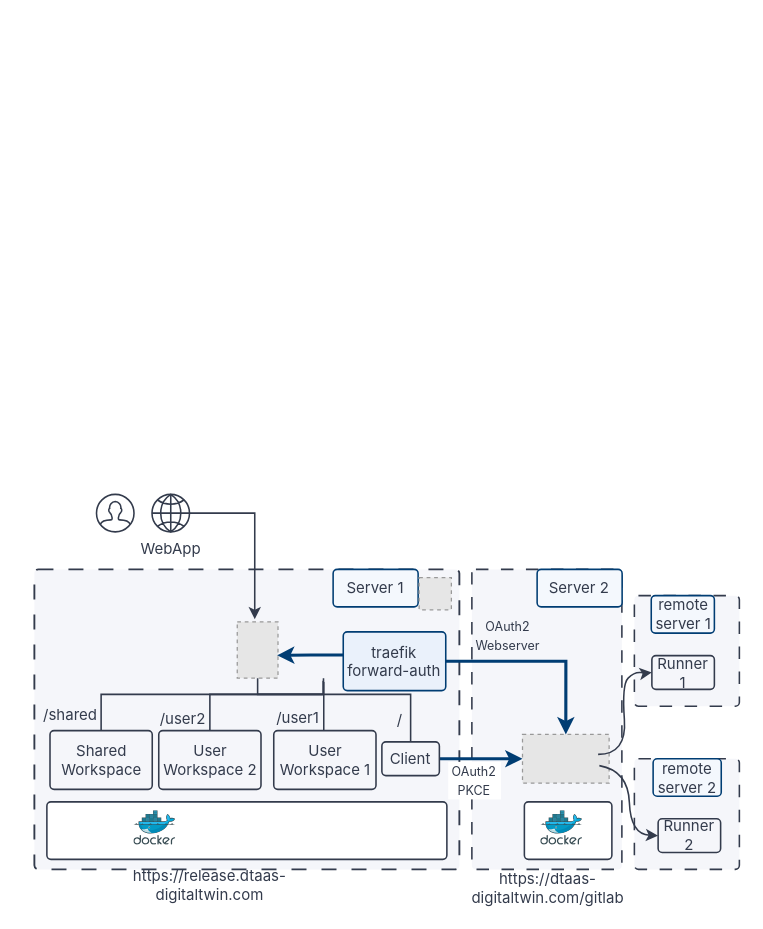
Earlier version of the draw.io diagram page "Two servers with runners, release" (11 of 26) of docs/assets/diagrams/dtaas-diagrams.drawio (INTO-CPS-Association/DTaaS). Source tidied: cells renumbered, new cells numbered last; positions are measured from the earlier drawing's top-left corner, leaving out a move shared by most shapes. Both pictures are drawn from the tidied source at 125%, with x=0, y=0 at pixel (34, 494). Pictures stored in the file or linked from it are replaced by grey dashed boxes.
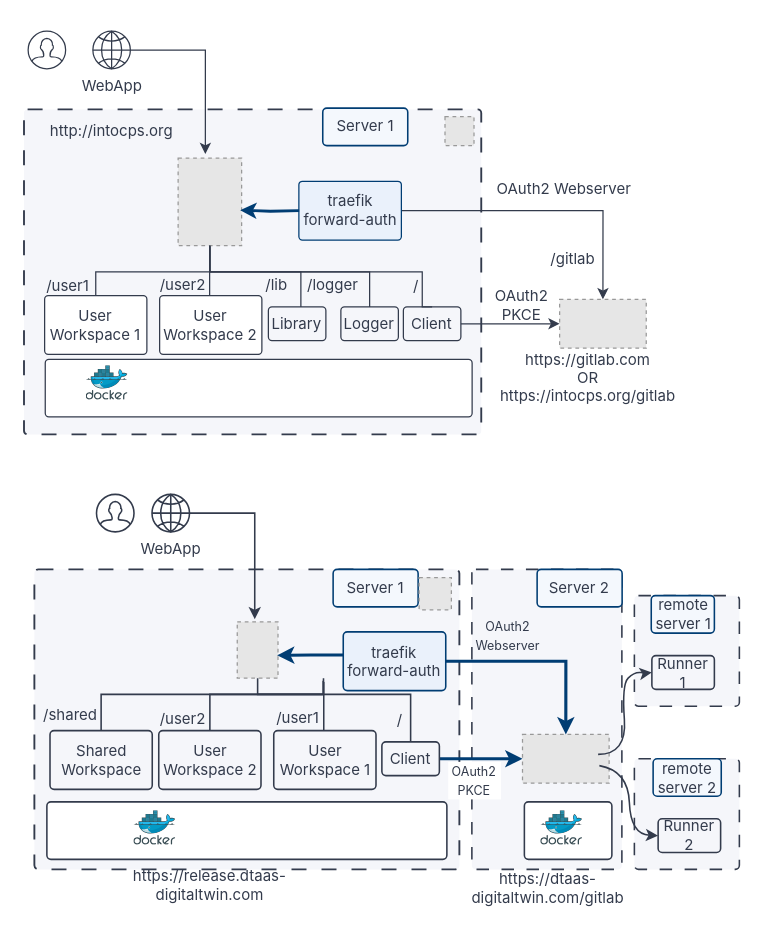
The same page after the edit.

Change to the diagram source:
```diff
@@
+    <mxCell id="44" style="group;" parent="1" vertex="1">
+      <mxGeometry x="-10" y="-378" width="507.2" height="330" as="geometry" />
+    </mxCell>
+    <mxCell id="45" style="rounded=1;whiteSpace=wrap;html=1;rotation=0;fillColor=#f5f6fa;dashed=1;dashPattern=8 8;fontColor=#333b4c;strokeColor=#333b4c;strokeWidth=1.5;absoluteArcSize=1;arcSize=5.75;" parent="44" vertex="1">
+      <mxGeometry x="1.7" y="70" width="365.8" height="260" as="geometry" />
+    </mxCell>
+    <mxCell id="46" style="rounded=1;whiteSpace=wrap;html=1;rotation=0;strokeColor=#333b4c;strokeWidth=1;absoluteArcSize=1;arcSize=5.75;" parent="44" vertex="1">
+      <mxGeometry x="18.7" y="270" width="341.5" height="46" as="geometry" />
+    </mxCell>
+    <mxCell id="47" style="image;sketch=0;html=1;align=center;fontSize=12;image=img/lib/mscae/Docker.svg;" parent="44" vertex="1">
+      <mxGeometry x="51.5" y="275.2" width="33.5" height="27.5" as="geometry" />
+    </mxCell>
+    <mxCell id="48" style="fillColor=#E6E6E6;strokeColor=#999999;dashed=1;" parent="44" vertex="1">
+      <mxGeometry x="125" y="109" width="50.8" height="70" as="geometry" />
+    </mxCell>
+    <mxCell id="49" style="edgeStyle=orthogonalEdgeStyle;rounded=0;jettySize=auto;html=1;entryX=0.429;entryY=-0.047;entryDx=0;entryDy=0;entryPerimeter=0;strokeColor=#333b4c;strokeWidth=1;" parent="44" edge="1" source="50" target="48">
+      <mxGeometry relative="1" as="geometry" />
+    </mxCell>
+    <mxCell id="50" value="WebApp" style="html=1;shape=mxgraph.ios7.icons.globe;verticalLabelPosition=bottom;verticalAlign=top;align=center;dashed=0;shadow=0;strokeColor=#333b4c;strokeWidth=1;fontColor=#333b4c;fontFamily=Inter;fontSize=12;" parent="44" vertex="1">
+      <mxGeometry x="56.8" y="7.5" width="30" height="30" as="geometry" />
+    </mxCell>
+    <mxCell id="51" style="html=1;shape=mxgraph.ios7.icons.user;verticalLabelPosition=bottom;verticalAlign=top;align=center;dashed=0;shadow=0;strokeColor=#333b4c;strokeWidth=1;" parent="44" vertex="1">
+      <mxGeometry x="5" y="7.5" width="30" height="30" as="geometry" />
+    </mxCell>
+    <mxCell id="52" value="http://intocps.org" style="text;html=1;strokeColor=none;fillColor=none;align=center;verticalAlign=middle;whiteSpace=wrap;rounded=0;fontColor=#333b4c;fontFamily=Inter;fontSize=12;" parent="44" vertex="1">
+      <mxGeometry x="12.2" y="73" width="120" height="30" as="geometry" />
+    </mxCell>
+    <mxCell id="53" style="fillColor=#E6E6E6;strokeColor=#999999;dashed=1;" parent="44" vertex="1">
+      <mxGeometry x="430.2" y="222" width="69.3" height="39" as="geometry" />
+    </mxCell>
+    <mxCell id="54" style="edgeStyle=orthogonalEdgeStyle;rounded=0;jettySize=auto;html=1;exitX=1;exitY=0.5;exitDx=0;exitDy=0;strokeColor=#333b4c;strokeWidth=1;" parent="44" edge="1" source="57" target="53">
+      <mxGeometry relative="1" as="geometry" />
+    </mxCell>
+    <mxCell id="55" value="&lt;font style=&quot;font-size: 12px;&quot;&gt;OAuth2 PKCE&lt;/font&gt;" style="text;html=1;strokeColor=none;fillColor=none;align=center;verticalAlign=middle;whiteSpace=wrap;rounded=0;fontColor=#333b4c;fontFamily=Inter;fontSize=12;" parent="44" vertex="1">
+      <mxGeometry x="372" y="212" width="56" height="30" as="geometry" />
+    </mxCell>
+    <mxCell id="56" style="edgeStyle=orthogonalEdgeStyle;rounded=0;jettySize=auto;html=1;exitX=0.5;exitY=0;exitDx=0;exitDy=0;endArrow=none;endFill=0;entryX=0.5;entryY=1;entryDx=0;entryDy=0;strokeColor=#333b4c;strokeWidth=1;" parent="44" edge="1" source="57" target="48">
+      <mxGeometry relative="1" as="geometry">
+        <Array as="points">
+          <mxPoint x="320.3" y="200" />
+          <mxPoint x="150.3" y="200" />
+        </Array>
+      </mxGeometry>
+    </mxCell>
+    <mxCell id="57" value="Client" style="rounded=1;whiteSpace=wrap;html=1;rotation=0;fillColor=none;strokeColor=#333b4c;strokeWidth=1;absoluteArcSize=1;arcSize=5.75;fontColor=#333b4c;fontFamily=Inter;fontSize=12;" parent="44" vertex="1">
+      <mxGeometry x="305.2" y="228" width="46" height="27" as="geometry" />
+    </mxCell>
+    <mxCell id="58" style="edgeStyle=orthogonalEdgeStyle;rounded=0;orthogonalLoop=1;jettySize=auto;html=1;exitX=0.5;exitY=0;exitDx=0;exitDy=0;endArrow=none;endFill=0;strokeColor=#333b4c;strokeWidth=1;" parent="44" edge="1">
+      <mxGeometry relative="1" as="geometry">
+        <mxPoint x="150.2" y="219" as="sourcePoint" />
+        <mxPoint x="150.2" y="180" as="targetPoint" />
+      </mxGeometry>
+    </mxCell>
+    <mxCell id="59" value="User&lt;br&gt;Workspace 2" style="rounded=1;whiteSpace=wrap;html=1;strokeColor=#333b4c;strokeWidth=1;absoluteArcSize=1;arcSize=5.75;fontColor=#333b4c;fontFamily=Inter;fontSize=12;" parent="44" vertex="1">
+      <mxGeometry x="110.2" y="219" width="81.8" height="47" as="geometry" />
+    </mxCell>
+    <mxCell id="60" style="edgeStyle=orthogonalEdgeStyle;rounded=0;jettySize=auto;html=1;exitX=0.5;exitY=0;exitDx=0;exitDy=0;endArrow=none;endFill=0;strokeColor=#333b4c;strokeWidth=1;" parent="44" edge="1" source="61" target="48">
+      <mxGeometry relative="1" as="geometry">
+        <Array as="points">
+          <mxPoint x="59.2" y="200" />
+          <mxPoint x="150.2" y="200" />
+        </Array>
+      </mxGeometry>
+    </mxCell>
+    <mxCell id="61" value="User&lt;br&gt;Workspace 1" style="rounded=1;whiteSpace=wrap;html=1;strokeColor=#333b4c;strokeWidth=1;absoluteArcSize=1;arcSize=5.75;fontColor=#333b4c;fontFamily=Inter;fontSize=12;" parent="44" vertex="1">
+      <mxGeometry x="18.2" y="219" width="81.8" height="47" as="geometry" />
+    </mxCell>
+    <mxCell id="62" style="edgeStyle=orthogonalEdgeStyle;rounded=0;jettySize=auto;html=1;exitX=0.979;exitY=0.5;exitDx=0;exitDy=0;entryX=0.5;entryY=0;entryDx=0;entryDy=0;exitPerimeter=0;strokeColor=#333b4c;strokeWidth=1;" parent="44" edge="1" source="63" target="53">
+      <mxGeometry relative="1" as="geometry" />
+    </mxCell>
+    <mxCell id="63" value="traefik forward-auth" style="rounded=1;whiteSpace=wrap;html=1;fillColor=#eaf1fb;strokeColor=#003d73;strokeWidth=1;absoluteArcSize=1;arcSize=5.75;fontColor=#333b4c;fontFamily=Inter;fontSize=12;" parent="44" vertex="1">
+      <mxGeometry x="221.6" y="127.5" width="82" height="47" as="geometry" />
+    </mxCell>
+    <mxCell id="64" value="&lt;font style=&quot;font-size: 12px;&quot;&gt;OAuth2 Webserver&lt;/font&gt;" style="text;html=1;strokeColor=none;fillColor=none;align=center;verticalAlign=middle;whiteSpace=wrap;rounded=0;fontColor=#333b4c;fontFamily=Inter;fontSize=12;" parent="44" vertex="1">
+      <mxGeometry x="372" y="124" width="124" height="20" as="geometry" />
+    </mxCell>
+    <mxCell id="65" style="edgeStyle=orthogonalEdgeStyle;rounded=0;jettySize=auto;html=1;exitX=0;exitY=0.5;exitDx=0;exitDy=0;entryX=0.978;entryY=0.595;entryDx=0;entryDy=0;entryPerimeter=0;strokeWidth=2.25;strokeColor=#003d73;" parent="44" edge="1" target="48">
+      <mxGeometry relative="1" as="geometry">
+        <mxPoint x="221.8" y="151" as="sourcePoint" />
+      </mxGeometry>
+    </mxCell>
+    <mxCell id="66" value="Library" style="rounded=1;whiteSpace=wrap;html=1;rotation=0;fillColor=none;strokeColor=#333b4c;strokeWidth=1;absoluteArcSize=1;arcSize=5.75;fontColor=#333b4c;fontFamily=Inter;fontSize=12;" parent="44" vertex="1">
+      <mxGeometry x="197.2" y="228" width="46" height="27" as="geometry" />
+    </mxCell>
+    <mxCell id="67" style="edgeStyle=orthogonalEdgeStyle;rounded=0;orthogonalLoop=1;jettySize=auto;html=1;endArrow=none;endFill=0;entryX=0.5;entryY=1;entryDx=0;entryDy=0;strokeColor=#333b4c;strokeWidth=1;" parent="44" edge="1">
+      <mxGeometry relative="1" as="geometry">
+        <mxPoint x="223.2" y="228" as="sourcePoint" />
+        <mxPoint x="150.3" y="179" as="targetPoint" />
+        <Array as="points">
+          <mxPoint x="222.7" y="200" />
+          <mxPoint x="150.7" y="200" />
+        </Array>
+      </mxGeometry>
+    </mxCell>
+    <mxCell id="68" value="/lib" style="text;html=1;strokeColor=none;fillColor=none;align=center;verticalAlign=middle;whiteSpace=wrap;rounded=0;fontColor=#333b4c;fontFamily=Inter;fontSize=12;" parent="44" vertex="1">
+      <mxGeometry x="179.1" y="196" width="50" height="30" as="geometry" />
+    </mxCell>
+    <mxCell id="69" value="/user2" style="text;html=1;strokeColor=none;fillColor=none;align=center;verticalAlign=middle;whiteSpace=wrap;rounded=0;fontColor=#333b4c;fontFamily=Inter;fontSize=12;" parent="44" vertex="1">
+      <mxGeometry x="104.2" y="196" width="50" height="30" as="geometry" />
+    </mxCell>
+    <mxCell id="70" value="/user1" style="text;html=1;strokeColor=none;fillColor=none;align=center;verticalAlign=middle;whiteSpace=wrap;rounded=0;fontColor=#333b4c;fontFamily=Inter;fontSize=12;" parent="44" vertex="1">
+      <mxGeometry x="12.2" y="197" width="50" height="30" as="geometry" />
+    </mxCell>
+    <mxCell id="71" value="/" style="text;html=1;strokeColor=none;fillColor=none;align=center;verticalAlign=middle;whiteSpace=wrap;rounded=0;fontColor=#333b4c;fontFamily=Inter;fontSize=12;" parent="44" vertex="1">
+      <mxGeometry x="308.8" y="197" width="13" height="30" as="geometry" />
+    </mxCell>
+    <mxCell id="72" value="/gitlab" style="text;html=1;strokeColor=none;fillColor=none;align=center;verticalAlign=middle;whiteSpace=wrap;rounded=0;fontColor=#333b4c;fontFamily=Inter;fontSize=12;" parent="44" vertex="1">
+      <mxGeometry x="416.2" y="174.5" width="50" height="30" as="geometry" />
+    </mxCell>
+    <mxCell id="73" value="Logger" style="rounded=1;whiteSpace=wrap;html=1;rotation=0;fillColor=none;strokeColor=#333b4c;strokeWidth=1;absoluteArcSize=1;arcSize=5.75;fontColor=#333b4c;fontFamily=Inter;fontSize=12;" parent="44" vertex="1">
+      <mxGeometry x="255.2" y="228" width="46" height="27" as="geometry" />
+    </mxCell>
+    <mxCell id="74" value="/logger" style="text;html=1;strokeColor=none;fillColor=none;align=center;verticalAlign=middle;whiteSpace=wrap;rounded=0;fontColor=#333b4c;fontFamily=Inter;fontSize=12;" parent="44" vertex="1">
+      <mxGeometry x="224" y="196" width="50" height="30" as="geometry" />
+    </mxCell>
+    <mxCell id="75" style="edgeStyle=orthogonalEdgeStyle;rounded=0;jettySize=auto;html=1;exitX=0.5;exitY=0;exitDx=0;exitDy=0;endArrow=none;endFill=0;entryX=0.5;entryY=1;entryDx=0;entryDy=0;strokeColor=#333b4c;strokeWidth=1;" parent="44" edge="1" source="73" target="48">
+      <mxGeometry relative="1" as="geometry">
+        <Array as="points">
+          <mxPoint x="278.2" y="200" />
+          <mxPoint x="150.4" y="200" />
+        </Array>
+      </mxGeometry>
+    </mxCell>
+    <mxCell id="76" value="&lt;font style=&quot;font-size: 12px;&quot;&gt;https://gitlab.com&lt;br&gt;OR&lt;br&gt;https://intocps.org/gitlab&lt;/font&gt;" style="text;html=1;strokeColor=none;fillColor=none;align=center;verticalAlign=middle;whiteSpace=wrap;rounded=0;fontColor=#333b4c;fontFamily=Inter;fontSize=12;" parent="44" vertex="1">
+      <mxGeometry x="410" y="270" width="86" height="30" as="geometry" />
+    </mxCell>
+    <mxCell id="77" style="fillColor=#E6E6E6;strokeColor=#999999;dashed=1;" parent="44" vertex="1">
+      <mxGeometry x="338.5" y="75.8" width="23.2" height="23.2" as="geometry" />
+    </mxCell>
+    <mxCell id="78" value="&lt;font&gt;Server 1&lt;/font&gt;" style="text;html=1;strokeColor=#003d73;fillColor=#f4f8fd;align=center;verticalAlign=middle;whiteSpace=wrap;rounded=1;strokeWidth=1.25;absoluteArcSize=1;arcSize=6.5;fontColor=#333b4c;fontFamily=Inter;" parent="44" vertex="1">
+      <mxGeometry x="240.7" y="69" width="68" height="30" as="geometry" />
+    </mxCell>
```
